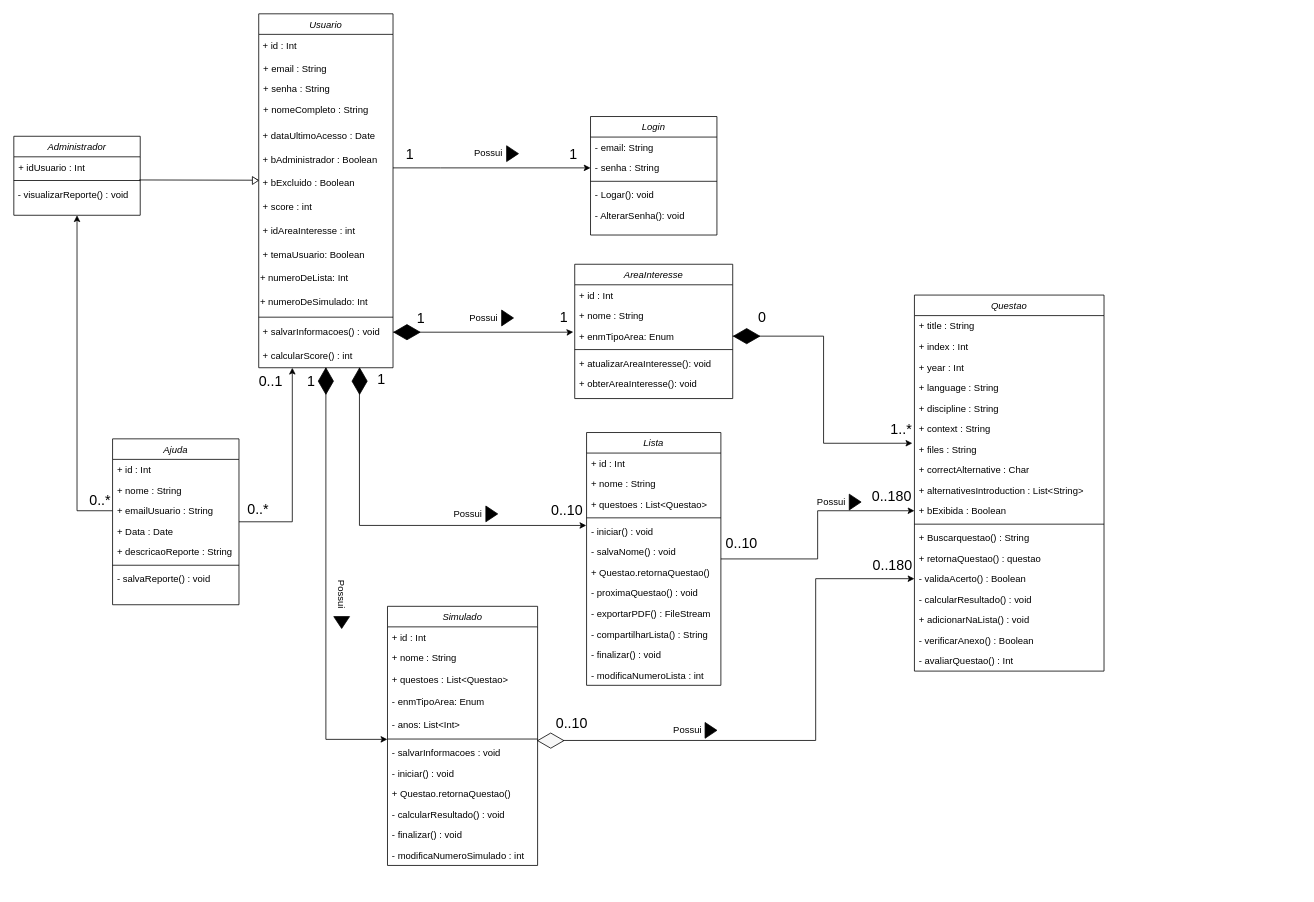
The draw.io diagram QENEM UML Diagram.drawio in augustorazani/QENEM-UML-Diagram, before the edit. Source tidied: cells renumbered, new cells numbered last; positions are measured from the earlier drawing's top-left corner, leaving out a move shared by most shapes. Both pictures are drawn from the tidied source at 79%, with x=0, y=0 at pixel (13, 13).
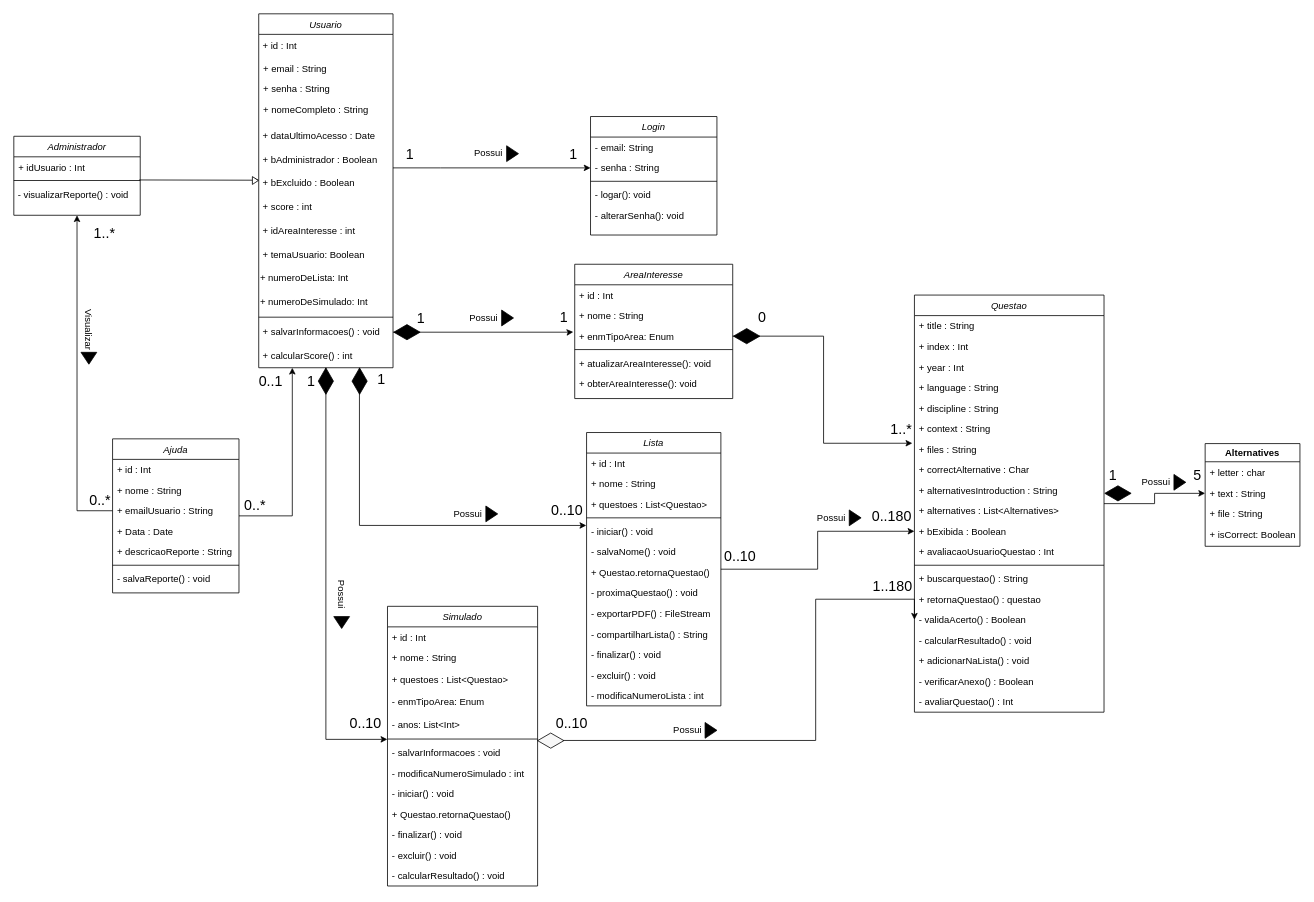
The same diagram, later.

Unchanged cells that the change refers to:
```xml
<mxCell id="20" value="Login" style="swimlane;fontStyle=2;align=center;verticalAlign=top;horizontal=1;startSize=26;rounded=0;shadow=0;strokeWidth=1;" parent="1" vertex="1">
  <mxGeometry x="730" y="130" width="160" height="150" as="geometry" />
</mxCell>
<mxCell id="30" style="edgeStyle=orthogonalEdgeStyle;rounded=0;jettySize=auto;html=1;entryX=0;entryY=0.5;entryDx=0;entryDy=0;" parent="1" edge="1" source="33" target="71">
  <mxGeometry relative="1" as="geometry" />
</mxCell>
<mxCell id="55" value="- salvarInformacoes : void" style="text;align=left;verticalAlign=top;spacingLeft=4;spacingRight=4;overflow=hidden;points=[[0,0.5],[1,0.5]];portConstraint=eastwest;" parent="48" vertex="1">
  <mxGeometry y="172" width="190" height="26" as="geometry" />
</mxCell>
```

The edit, as a diff of the source:
```diff
@@
-    <mxCell id="24" value="- Logar(): void" style="text;align=left;verticalAlign=top;spacingLeft=4;spacingRight=4;overflow=hidden;" parent="20" vertex="1">
+    <mxCell id="24" value="- logar(): void" style="text;align=left;verticalAlign=top;spacingLeft=4;spacingRight=4;overflow=hidden;" parent="20" vertex="1">
       <mxGeometry y="86" width="160" height="26" as="geometry" />
     </mxCell>
-    <mxCell id="25" value="- AlterarSenha(): void" style="text;align=left;verticalAlign=top;spacingLeft=4;spacingRight=4;overflow=hidden;" parent="20" vertex="1">
+    <mxCell id="25" value="- alterarSenha(): void" style="text;align=left;verticalAlign=top;spacingLeft=4;spacingRight=4;overflow=hidden;" parent="20" vertex="1">
       <mxGeometry y="112" width="160" height="26" as="geometry" />
     </mxCell>
@@
     <mxCell id="31" value="&lt;font style=&quot;font-size: 18px;&quot;&gt;0..10&lt;/font&gt;" style="edgeLabel;html=1;align=center;verticalAlign=middle;" parent="30" vertex="1">
       <mxGeometry x="-0.91" y="-2" relative="1" as="geometry">
-        <mxPoint x="11" y="-22" as="offset" />
+        <mxPoint x="10" y="-19" as="offset" />
       </mxGeometry>
     </mxCell>
@@
     <mxCell id="33" value="Lista" style="swimlane;fontStyle=2;align=center;verticalAlign=top;horizontal=1;startSize=26;rounded=0;shadow=0;strokeWidth=1;" parent="1" vertex="1">
-      <mxGeometry x="725" y="530" width="170" height="320" as="geometry" />
+      <mxGeometry x="725" y="530" width="170" height="346" as="geometry" />
     </mxCell>
@@
+    <mxCell id="132" value="- excluir() : void" style="text;align=left;verticalAlign=top;spacingLeft=4;spacingRight=4;overflow=hidden;" parent="33" vertex="1">
+      <mxGeometry y="294" width="170" height="26" as="geometry" />
+    </mxCell>
     <mxCell id="45" value="- modificaNumeroLista : int" style="text;align=left;verticalAlign=top;spacingLeft=4;spacingRight=4;overflow=hidden;" parent="33" vertex="1">
-      <mxGeometry y="294" width="170" height="26" as="geometry" />
+      <mxGeometry y="320" width="170" height="26" as="geometry" />
     </mxCell>
@@
     <mxCell id="47" style="edgeStyle=orthogonalEdgeStyle;rounded=0;jettySize=auto;html=1;exitX=0.999;exitY=-0.085;exitDx=0;exitDy=0;exitPerimeter=0;entryX=0;entryY=0.5;entryDx=0;entryDy=0;" parent="1" edge="1" source="55" target="75">
       <mxGeometry relative="1" as="geometry">
         <Array as="points">
           <mxPoint x="1015" y="920" />
-          <mxPoint x="1015" y="715" />
+          <mxPoint x="1015" y="741" />
         </Array>
       </mxGeometry>
     </mxCell>
     <mxCell id="48" value="Simulado" style="swimlane;fontStyle=2;align=center;verticalAlign=top;horizontal=1;startSize=26;rounded=0;shadow=0;strokeWidth=1;" parent="1" vertex="1">
-      <mxGeometry x="473" y="750" width="190" height="328" as="geometry" />
+      <mxGeometry x="473" y="750" width="190" height="354" as="geometry" />
     </mxCell>
@@
+    <mxCell id="60" value="- modificaNumeroSimulado : int" style="text;align=left;verticalAlign=top;spacingLeft=4;spacingRight=4;overflow=hidden;" parent="48" vertex="1">
+      <mxGeometry y="198" width="190" height="26" as="geometry" />
+    </mxCell>
     <mxCell id="56" value="- iniciar() : void" style="text;align=left;verticalAlign=top;spacingLeft=4;spacingRight=4;overflow=hidden;" parent="48" vertex="1">
-      <mxGeometry y="198" width="190" height="26" as="geometry" />
+      <mxGeometry y="224" width="190" height="26" as="geometry" />
     </mxCell>
     <mxCell id="57" value="+ Questao.retornaQuestao()" style="text;align=left;verticalAlign=top;spacingLeft=4;spacingRight=4;overflow=hidden;" parent="48" vertex="1">
-      <mxGeometry y="224" width="190" height="26" as="geometry" />
+      <mxGeometry y="250" width="190" height="26" as="geometry" />
     </mxCell>
+    <mxCell id="59" value="- finalizar() : void" style="text;align=left;verticalAlign=top;spacingLeft=4;spacingRight=4;overflow=hidden;" parent="48" vertex="1">
+      <mxGeometry y="276" width="190" height="26" as="geometry" />
+    </mxCell>
+    <mxCell id="133" value="- excluir() : void" style="text;align=left;verticalAlign=top;spacingLeft=4;spacingRight=4;overflow=hidden;" parent="48" vertex="1">
+      <mxGeometry y="302" width="190" height="26" as="geometry" />
+    </mxCell>
     <mxCell id="58" value="- calcularResultado() : void" style="text;align=left;verticalAlign=top;spacingLeft=4;spacingRight=4;overflow=hidden;" parent="48" vertex="1">
-      <mxGeometry y="250" width="190" height="26" as="geometry" />
+      <mxGeometry y="328" width="190" height="26" as="geometry" />
     </mxCell>
-    <mxCell id="59" value="- finalizar() : void" style="text;align=left;verticalAlign=top;spacingLeft=4;spacingRight=4;overflow=hidden;" parent="48" vertex="1">
-      <mxGeometry y="276" width="190" height="26" as="geometry" />
-    </mxCell>
-    <mxCell id="60" value="- modificaNumeroSimulado : int" style="text;align=left;verticalAlign=top;spacingLeft=4;spacingRight=4;overflow=hidden;" parent="48" vertex="1">
-      <mxGeometry y="302" width="190" height="26" as="geometry" />
-    </mxCell>
+    <mxCell id="134" style="edgeStyle=orthogonalEdgeStyle;rounded=0;jettySize=auto;html=1;" parent="1" edge="1" source="61" target="143">
+      <mxGeometry relative="1" as="geometry" />
+    </mxCell>
     <mxCell id="61" value="Questao" style="swimlane;fontStyle=2;align=center;verticalAlign=top;horizontal=1;startSize=26;rounded=0;shadow=0;strokeWidth=1;" parent="1" vertex="1">
-      <mxGeometry x="1140" y="356" width="240" height="476" as="geometry" />
+      <mxGeometry x="1140" y="356" width="240" height="528" as="geometry" />
     </mxCell>
@@
-    <mxCell id="70" value="+ alternativesIntroduction : List&lt;String&gt;" style="text;align=left;verticalAlign=top;spacingLeft=4;spacingRight=4;overflow=hidden;rounded=0;shadow=0;html=0;" parent="61" vertex="1">
+    <mxCell id="70" value="+ alternativesIntroduction : String" style="text;align=left;verticalAlign=top;spacingLeft=4;spacingRight=4;overflow=hidden;rounded=0;shadow=0;html=0;" parent="61" vertex="1">
       <mxGeometry y="234" width="240" height="26" as="geometry" />
     </mxCell>
+    <mxCell id="135" value="+ alternatives : List&lt;Alternatives&gt;" style="text;align=left;verticalAlign=top;spacingLeft=4;spacingRight=4;overflow=hidden;rounded=0;shadow=0;html=0;" parent="61" vertex="1">
+      <mxGeometry y="260" width="240" height="26" as="geometry" />
+    </mxCell>
     <mxCell id="71" value="+ bExibida : Boolean" style="text;align=left;verticalAlign=top;spacingLeft=4;spacingRight=4;overflow=hidden;points=[[0,0.5],[1,0.5]];portConstraint=eastwest;rounded=0;shadow=0;html=0;" parent="61" vertex="1">
-      <mxGeometry y="260" width="240" height="26" as="geometry" />
+      <mxGeometry y="286" width="240" height="26" as="geometry" />
     </mxCell>
+    <mxCell id="136" value="+ avaliacaoUsuarioQuestao : Int" style="text;align=left;verticalAlign=top;spacingLeft=4;spacingRight=4;overflow=hidden;rounded=0;shadow=0;html=0;" parent="61" vertex="1">
+      <mxGeometry y="312" width="240" height="26" as="geometry" />
+    </mxCell>
     <mxCell id="72" style="line;html=1;strokeWidth=1;align=left;verticalAlign=middle;spacingTop=-1;spacingLeft=3;spacingRight=3;labelPosition=right;" parent="61" vertex="1">
-      <mxGeometry y="286" width="240" height="8" as="geometry" />
+      <mxGeometry y="338" width="240" height="8" as="geometry" />
     </mxCell>
-    <mxCell id="73" value="+ Buscarquestao() : String" style="text;align=left;verticalAlign=top;spacingLeft=4;spacingRight=4;overflow=hidden;" parent="61" vertex="1">
-      <mxGeometry y="294" width="240" height="26" as="geometry" />
+    <mxCell id="73" value="+ buscarquestao() : String" style="text;align=left;verticalAlign=top;spacingLeft=4;spacingRight=4;overflow=hidden;" parent="61" vertex="1">
+      <mxGeometry y="346" width="240" height="26" as="geometry" />
     </mxCell>
     <mxCell id="74" value="+ retornaQuestao() : questao" style="text;align=left;verticalAlign=top;spacingLeft=4;spacingRight=4;overflow=hidden;" parent="61" vertex="1">
-      <mxGeometry y="320" width="240" height="26" as="geometry" />
+      <mxGeometry y="372" width="240" height="26" as="geometry" />
     </mxCell>
     <mxCell id="75" value="- validaAcerto() : Boolean" style="text;align=left;verticalAlign=top;spacingLeft=4;spacingRight=4;overflow=hidden;points=[[0,0.5],[1,0.5]];portConstraint=eastwest;" parent="61" vertex="1">
-      <mxGeometry y="346" width="240" height="26" as="geometry" />
+      <mxGeometry y="398" width="240" height="26" as="geometry" />
     </mxCell>
     <mxCell id="76" value="- calcularResultado() : void" style="text;align=left;verticalAlign=top;spacingLeft=4;spacingRight=4;overflow=hidden;" parent="61" vertex="1">
-      <mxGeometry y="372" width="240" height="26" as="geometry" />
+      <mxGeometry y="424" width="240" height="26" as="geometry" />
     </mxCell>
     <mxCell id="77" value="+ adicionarNaLista() : void" style="text;align=left;verticalAlign=top;spacingLeft=4;spacingRight=4;overflow=hidden;" parent="61" vertex="1">
-      <mxGeometry y="398" width="240" height="26" as="geometry" />
+      <mxGeometry y="450" width="240" height="26" as="geometry" />
     </mxCell>
     <mxCell id="78" value="- verificarAnexo() : Boolean" style="text;align=left;verticalAlign=top;spacingLeft=4;spacingRight=4;overflow=hidden;" parent="61" vertex="1">
-      <mxGeometry y="424" width="240" height="26" as="geometry" />
+      <mxGeometry y="476" width="240" height="26" as="geometry" />
     </mxCell>
     <mxCell id="79" value="- avaliarQuestao() : Int" style="text;align=left;verticalAlign=top;spacingLeft=4;spacingRight=4;overflow=hidden;" parent="61" vertex="1">
-      <mxGeometry y="450" width="240" height="26" as="geometry" />
+      <mxGeometry y="502" width="240" height="26" as="geometry" />
     </mxCell>
@@
     <mxCell id="88" value="Ajuda" style="swimlane;fontStyle=2;align=center;verticalAlign=top;horizontal=1;startSize=26;rounded=0;shadow=0;strokeWidth=1;" parent="1" vertex="1">
-      <mxGeometry x="125" y="538" width="160" height="210" as="geometry" />
+      <mxGeometry x="125" y="538" width="160" height="195" as="geometry" />
     </mxCell>
@@
-    <mxCell id="103" value="&lt;font style=&quot;font-size: 18px;&quot;&gt;0..180&lt;/font&gt;" style="edgeLabel;html=1;align=center;verticalAlign=middle;" parent="1" vertex="1">
-      <mxGeometry x="1111" y="697" as="geometry" />
+    <mxCell id="103" value="&lt;font style=&quot;font-size: 18px;&quot;&gt;1..180&lt;/font&gt;" style="edgeLabel;html=1;align=center;verticalAlign=middle;" parent="1" vertex="1">
+      <mxGeometry x="1111" y="724" as="geometry" />
     </mxCell>
@@
     <mxCell id="109" value="&lt;font style=&quot;font-size: 18px;&quot;&gt;0..*&lt;/font&gt;" style="edgeLabel;html=1;align=center;verticalAlign=middle;" parent="1" vertex="1">
-      <mxGeometry x="625" y="594" as="geometry">
+      <mxGeometry x="621" y="590" as="geometry">
         <mxPoint x="-317" y="32" as="offset" />
       </mxGeometry>
     </mxCell>
@@
     <mxCell id="127" style="triangle;whiteSpace=wrap;html=1;fillColor=#000000;" parent="1" vertex="1">
-      <mxGeometry x="1057.5" y="608" width="15" height="20" as="geometry" />
+      <mxGeometry x="1057.5" y="628" width="15" height="20" as="geometry" />
     </mxCell>
     <mxCell id="128" value="Possui" style="text;html=1;align=center;verticalAlign=middle;whiteSpace=wrap;rounded=0;" parent="1" vertex="1">
-      <mxGeometry x="1005" y="603" width="60" height="30" as="geometry" />
+      <mxGeometry x="1005" y="623" width="60" height="30" as="geometry" />
     </mxCell>
@@
+    <mxCell id="137" value="&lt;font style=&quot;font-size: 18px;&quot;&gt;0..10&lt;/font&gt;" style="edgeLabel;html=1;align=center;verticalAlign=middle;" parent="1" vertex="1">
+      <mxGeometry x="705" y="643" as="geometry">
+        <mxPoint x="-261" y="254" as="offset" />
+      </mxGeometry>
+    </mxCell>
+    <mxCell id="138" value="&lt;font style=&quot;font-size: 18px;&quot;&gt;1..*&lt;/font&gt;" style="text;html=1;align=center;verticalAlign=middle;whiteSpace=wrap;rounded=0;" parent="1" vertex="1">
+      <mxGeometry x="85" y="263" width="60" height="30" as="geometry" />
+    </mxCell>
+    <mxCell id="139" style="triangle;whiteSpace=wrap;html=1;fillColor=#000000;direction=south;" parent="1" vertex="1">
+      <mxGeometry x="85" y="428.5" width="20" height="15" as="geometry" />
+    </mxCell>
+    <mxCell id="140" value="Visualizar" style="text;html=1;align=center;verticalAlign=middle;whiteSpace=wrap;rounded=0;rotation=90;" parent="1" vertex="1">
+      <mxGeometry x="65" y="385" width="60" height="30" as="geometry" />
+    </mxCell>
+    <mxCell id="141" value="Alternatives" style="swimlane;whiteSpace=wrap;html=1;" parent="1" vertex="1">
+      <mxGeometry x="1508" y="544" width="120" height="130" as="geometry" />
+    </mxCell>
+    <mxCell id="142" value="+ letter : char" style="text;align=left;verticalAlign=top;spacingLeft=4;spacingRight=4;overflow=hidden;rounded=0;shadow=0;html=0;" parent="141" vertex="1">
+      <mxGeometry y="24" width="80" height="26" as="geometry" />
+    </mxCell>
+    <mxCell id="143" value="+ text : String" style="text;align=left;verticalAlign=top;spacingLeft=4;spacingRight=4;overflow=hidden;points=[[0,0.5],[1,0.5]];portConstraint=eastwest;rounded=0;shadow=0;html=0;" parent="141" vertex="1">
+      <mxGeometry y="50" width="90" height="26" as="geometry" />
+    </mxCell>
+    <mxCell id="144" value="+ file : String" style="text;align=left;verticalAlign=top;spacingLeft=4;spacingRight=4;overflow=hidden;rounded=0;shadow=0;html=0;" parent="141" vertex="1">
+      <mxGeometry y="76" width="90" height="26" as="geometry" />
+    </mxCell>
+    <mxCell id="145" value="+ isCorrect: Boolean" style="text;align=left;verticalAlign=top;spacingLeft=4;spacingRight=4;overflow=hidden;rounded=0;shadow=0;html=0;" parent="141" vertex="1">
+      <mxGeometry y="102" width="120" height="26" as="geometry" />
+    </mxCell>
+    <mxCell id="146" style="html=1;whiteSpace=wrap;shape=isoRectangle;strokeColor=light-dark(#000000,#000000);fillColor=light-dark(#000000,#000000);" parent="1" vertex="1">
+      <mxGeometry x="1381" y="597" width="33.3" height="20" as="geometry" />
+    </mxCell>
+    <mxCell id="147" style="triangle;whiteSpace=wrap;html=1;fillColor=#000000;" parent="1" vertex="1">
+      <mxGeometry x="1468.5" y="583" width="15" height="20" as="geometry" />
+    </mxCell>
+    <mxCell id="148" value="Possui" style="text;html=1;align=center;verticalAlign=middle;whiteSpace=wrap;rounded=0;" parent="1" vertex="1">
+      <mxGeometry x="1416" y="578" width="60" height="30" as="geometry" />
+    </mxCell>
+    <mxCell id="149" value="&lt;font style=&quot;font-size: 18px;&quot;&gt;5&lt;/font&gt;" style="edgeLabel;html=1;align=center;verticalAlign=middle;" parent="1" vertex="1">
+      <mxGeometry x="1159" y="583" as="geometry">
+        <mxPoint x="338" as="offset" />
+      </mxGeometry>
+    </mxCell>
+    <mxCell id="150" value="&lt;font style=&quot;font-size: 18px;&quot;&gt;1&lt;/font&gt;" style="edgeLabel;html=1;align=center;verticalAlign=middle;" parent="1" vertex="1">
+      <mxGeometry x="1390" y="583" as="geometry" />
+    </mxCell>
```
